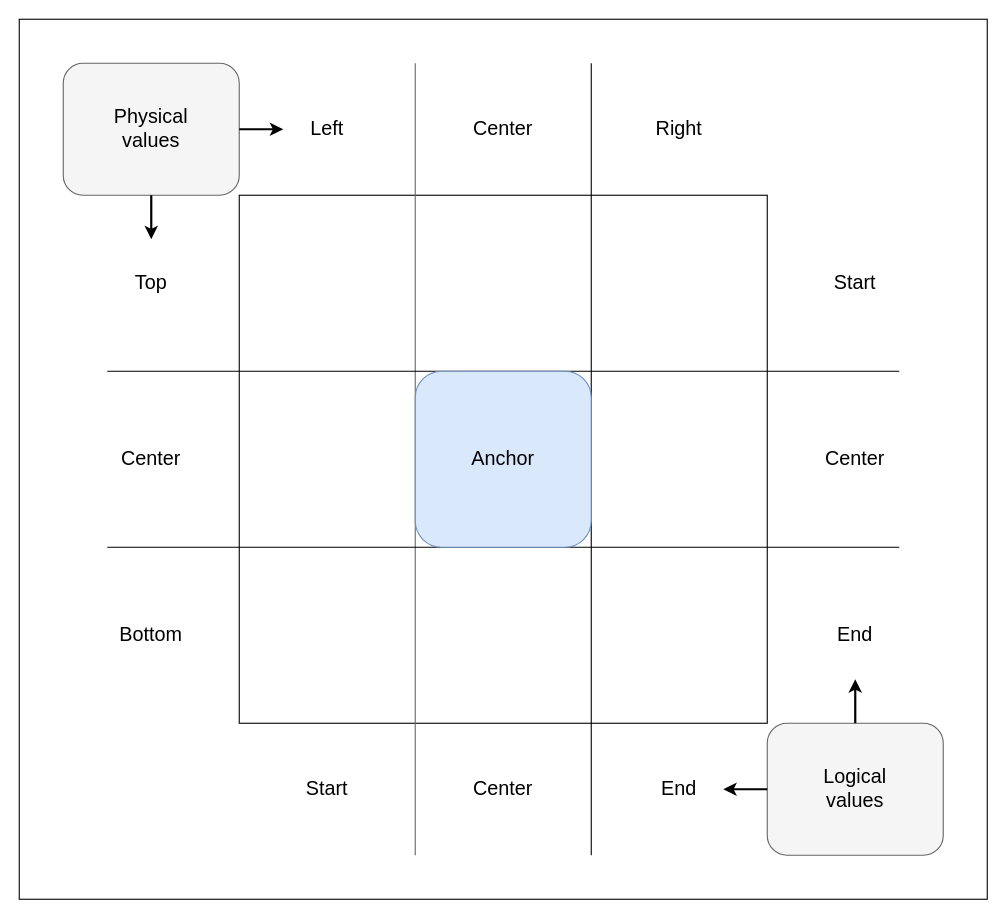
mdn/content keeps this draw.io diagram as files/en-us/web/css/css_anchor_positioning/using/inset-area.drawio. Above is the earlier version. Source tidied: cells renumbered, new cells numbered last; positions are measured from the earlier drawing's top-left corner, leaving out a move shared by most shapes. Both pictures are drawn from the tidied source at 110%, with x=0, y=0 at pixel (19, 19).
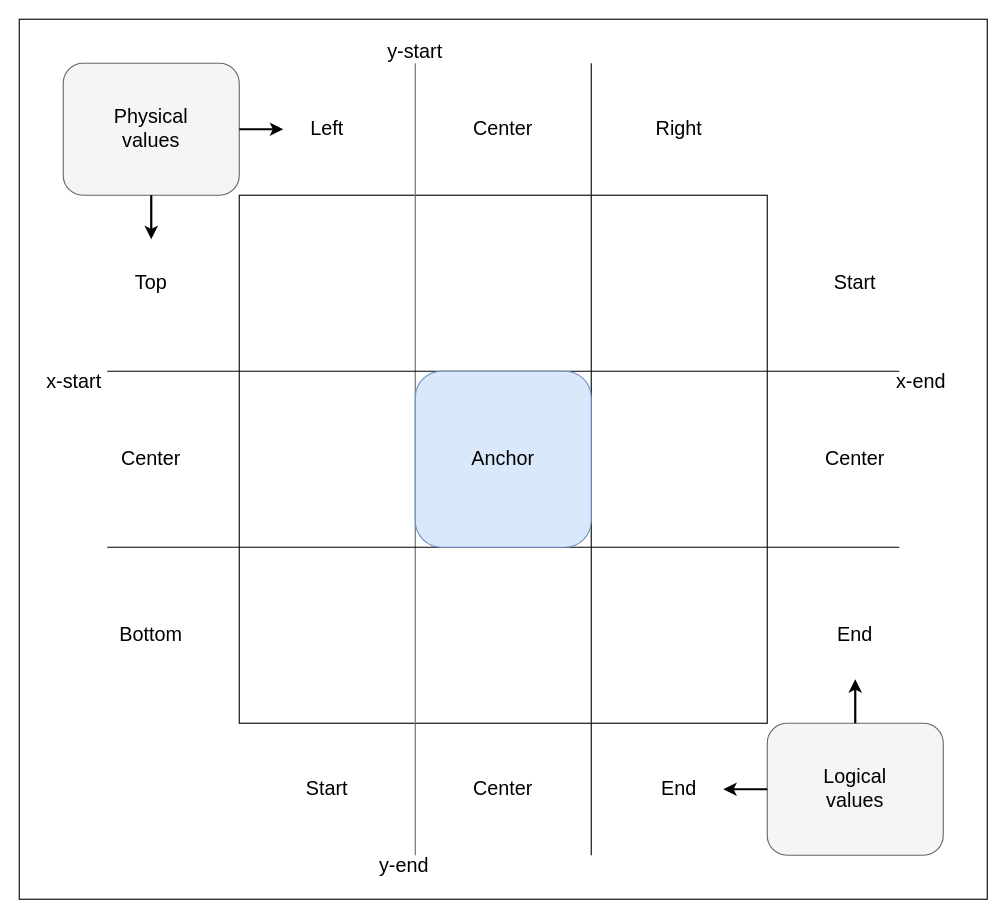
After the change.

Commit message:
Update files/en-us/web/css/css_anchor_positioning/using/inset-area.drawio

Diff of the diagram source:
```diff
@@
+    <mxCell id="30" value="&lt;font style=&quot;font-size: 18px;&quot;&gt;y-start&lt;/font&gt;" style="text;html=1;strokeColor=none;fillColor=none;align=center;verticalAlign=middle;whiteSpace=wrap;rounded=0;" parent="1" vertex="1">
+      <mxGeometry x="330" y="20" width="60" height="20" as="geometry" />
+    </mxCell>
+    <mxCell id="31" style="endArrow=none;html=1;rounded=0;fillColor=#f5f5f5;strokeColor=#666666;" parent="1" edge="1" target="32">
+      <mxGeometry relative="1" as="geometry">
+        <mxPoint x="360" y="760" as="sourcePoint" />
+      </mxGeometry>
+    </mxCell>
+    <mxCell id="32" value="&lt;font style=&quot;font-size: 18px;&quot;&gt;y-end&lt;/font&gt;" style="text;html=1;strokeColor=none;fillColor=none;align=center;verticalAlign=middle;whiteSpace=wrap;rounded=0;" parent="1" vertex="1">
+      <mxGeometry x="320" y="760" width="60" height="20" as="geometry" />
+    </mxCell>
+    <mxCell id="33" value="&lt;font style=&quot;font-size: 18px;&quot;&gt;x-start&lt;/font&gt;" style="text;html=1;strokeColor=none;fillColor=none;align=center;verticalAlign=middle;whiteSpace=wrap;rounded=0;" parent="1" vertex="1">
+      <mxGeometry x="20" y="320" width="60" height="20" as="geometry" />
+    </mxCell>
+    <mxCell id="34" value="&lt;font style=&quot;font-size: 18px;&quot;&gt;x-end&lt;/font&gt;" style="text;html=1;strokeColor=none;fillColor=none;align=center;verticalAlign=middle;whiteSpace=wrap;rounded=0;" parent="1" vertex="1">
+      <mxGeometry x="790" y="320" width="60" height="20" as="geometry" />
+    </mxCell>
```
